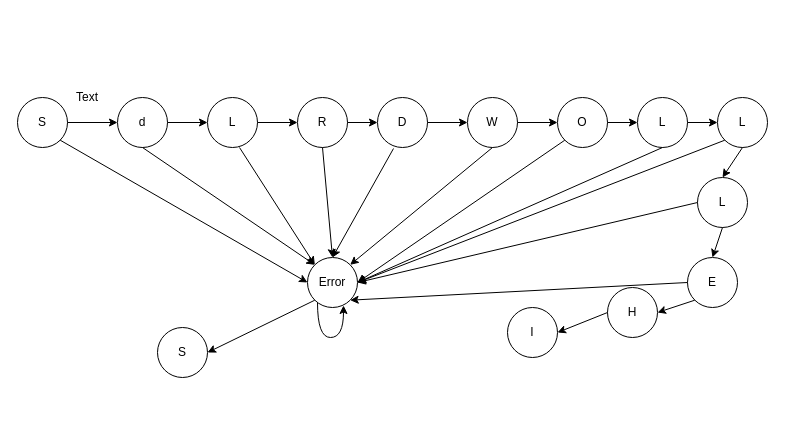
Before: College/Semester-4/PDA - Main - TOC End Semester Case Study.drawio in bsudharshan2001/MyRespository, a draw.io diagram. Source tidied: cells renumbered, new cells numbered last; positions are measured from the earlier drawing's top-left corner, leaving out a move shared by most shapes. Both pictures are drawn from the tidied source at 100%, with x=0, y=0 at pixel (17, 87).
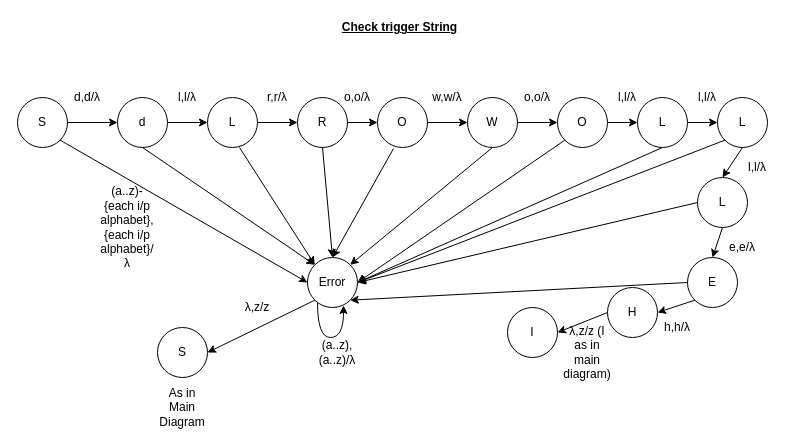
After the change.

What changed in the source:
```diff
@@
-    <mxCell id="6" value="D" style="ellipse;whiteSpace=wrap;html=1;" parent="1" vertex="1">
+    <mxCell id="6" value="O" style="ellipse;whiteSpace=wrap;html=1;" parent="1" vertex="1">
       <mxGeometry x="360" y="10" width="50" height="50" as="geometry" />
     </mxCell>
@@
-    <mxCell id="42" value="Text" style="text;html=1;strokeColor=none;fillColor=none;align=center;verticalAlign=middle;whiteSpace=wrap;rounded=0;" parent="1" vertex="1">
+    <mxCell id="42" value="d,d/λ" style="text;html=1;strokeColor=none;fillColor=none;align=center;verticalAlign=middle;whiteSpace=wrap;rounded=0;" parent="1" vertex="1">
       <mxGeometry x="50" width="40" height="20" as="geometry" />
     </mxCell>
+    <mxCell id="43" value="l,l/λ" style="text;html=1;strokeColor=none;fillColor=none;align=center;verticalAlign=middle;whiteSpace=wrap;rounded=0;" parent="1" vertex="1">
+      <mxGeometry x="150" width="40" height="20" as="geometry" />
+    </mxCell>
+    <mxCell id="44" value="r,r/λ" style="text;html=1;strokeColor=none;fillColor=none;align=center;verticalAlign=middle;whiteSpace=wrap;rounded=0;" parent="1" vertex="1">
+      <mxGeometry x="240" width="40" height="20" as="geometry" />
+    </mxCell>
+    <mxCell id="45" value="o,o/λ" style="text;html=1;strokeColor=none;fillColor=none;align=center;verticalAlign=middle;whiteSpace=wrap;rounded=0;" parent="1" vertex="1">
+      <mxGeometry x="320" width="40" height="20" as="geometry" />
+    </mxCell>
+    <mxCell id="46" value="λ,z/z" style="text;html=1;strokeColor=none;fillColor=none;align=center;verticalAlign=middle;whiteSpace=wrap;rounded=0;" parent="1" vertex="1">
+      <mxGeometry x="220" y="210" width="40" height="20" as="geometry" />
+    </mxCell>
+    <mxCell id="47" value="(a..z)-{each i/p alphabet},{each i/p alphabet}/λ" style="text;html=1;strokeColor=none;fillColor=none;align=center;verticalAlign=middle;whiteSpace=wrap;rounded=0;" parent="1" vertex="1">
+      <mxGeometry x="90" y="130" width="40" height="20" as="geometry" />
+    </mxCell>
+    <mxCell id="48" value="(a..z),(a..z)/λ" style="text;html=1;strokeColor=none;fillColor=none;align=center;verticalAlign=middle;whiteSpace=wrap;rounded=0;" parent="1" vertex="1">
+      <mxGeometry x="300" y="255" width="40" height="20" as="geometry" />
+    </mxCell>
+    <mxCell id="49" value="λ,z/z (I as in main diagram)" style="text;html=1;strokeColor=none;fillColor=none;align=center;verticalAlign=middle;whiteSpace=wrap;rounded=0;" parent="1" vertex="1">
+      <mxGeometry x="550" y="255" width="40" height="20" as="geometry" />
+    </mxCell>
+    <mxCell id="50" value="h,h/λ" style="text;html=1;strokeColor=none;fillColor=none;align=center;verticalAlign=middle;whiteSpace=wrap;rounded=0;" parent="1" vertex="1">
+      <mxGeometry x="640" y="230" width="40" height="20" as="geometry" />
+    </mxCell>
+    <mxCell id="51" value="e,e/λ" style="text;html=1;strokeColor=none;fillColor=none;align=center;verticalAlign=middle;whiteSpace=wrap;rounded=0;" parent="1" vertex="1">
+      <mxGeometry x="705" y="150" width="40" height="20" as="geometry" />
+    </mxCell>
+    <mxCell id="52" value="l,l/λ" style="text;html=1;strokeColor=none;fillColor=none;align=center;verticalAlign=middle;whiteSpace=wrap;rounded=0;" parent="1" vertex="1">
+      <mxGeometry x="720" y="70" width="40" height="20" as="geometry" />
+    </mxCell>
+    <mxCell id="53" value="l,l/λ" style="text;html=1;strokeColor=none;fillColor=none;align=center;verticalAlign=middle;whiteSpace=wrap;rounded=0;" parent="1" vertex="1">
+      <mxGeometry x="670" width="40" height="20" as="geometry" />
+    </mxCell>
+    <mxCell id="54" value="l,l/λ" style="text;html=1;strokeColor=none;fillColor=none;align=center;verticalAlign=middle;whiteSpace=wrap;rounded=0;" parent="1" vertex="1">
+      <mxGeometry x="590" width="40" height="20" as="geometry" />
+    </mxCell>
+    <mxCell id="55" value="o,o/λ" style="text;html=1;strokeColor=none;fillColor=none;align=center;verticalAlign=middle;whiteSpace=wrap;rounded=0;" parent="1" vertex="1">
+      <mxGeometry x="500" width="40" height="20" as="geometry" />
+    </mxCell>
+    <mxCell id="56" value="w,w/λ" style="text;html=1;strokeColor=none;fillColor=none;align=center;verticalAlign=middle;whiteSpace=wrap;rounded=0;" parent="1" vertex="1">
+      <mxGeometry x="410" width="40" height="20" as="geometry" />
+    </mxCell>
+    <mxCell id="57" value="As in Main Diagram" style="text;html=1;strokeColor=none;fillColor=none;align=center;verticalAlign=middle;whiteSpace=wrap;rounded=0;" parent="1" vertex="1">
+      <mxGeometry x="145" y="310" width="40" height="20" as="geometry" />
+    </mxCell>
+    <mxCell id="58" value="&lt;u&gt;&lt;b&gt;Check trigger String&lt;/b&gt;&lt;/u&gt;" style="text;html=1;strokeColor=none;fillColor=none;align=center;verticalAlign=middle;whiteSpace=wrap;rounded=0;" parent="1" vertex="1">
+      <mxGeometry x="320" y="-70" width="125" height="20" as="geometry" />
+    </mxCell>
```
